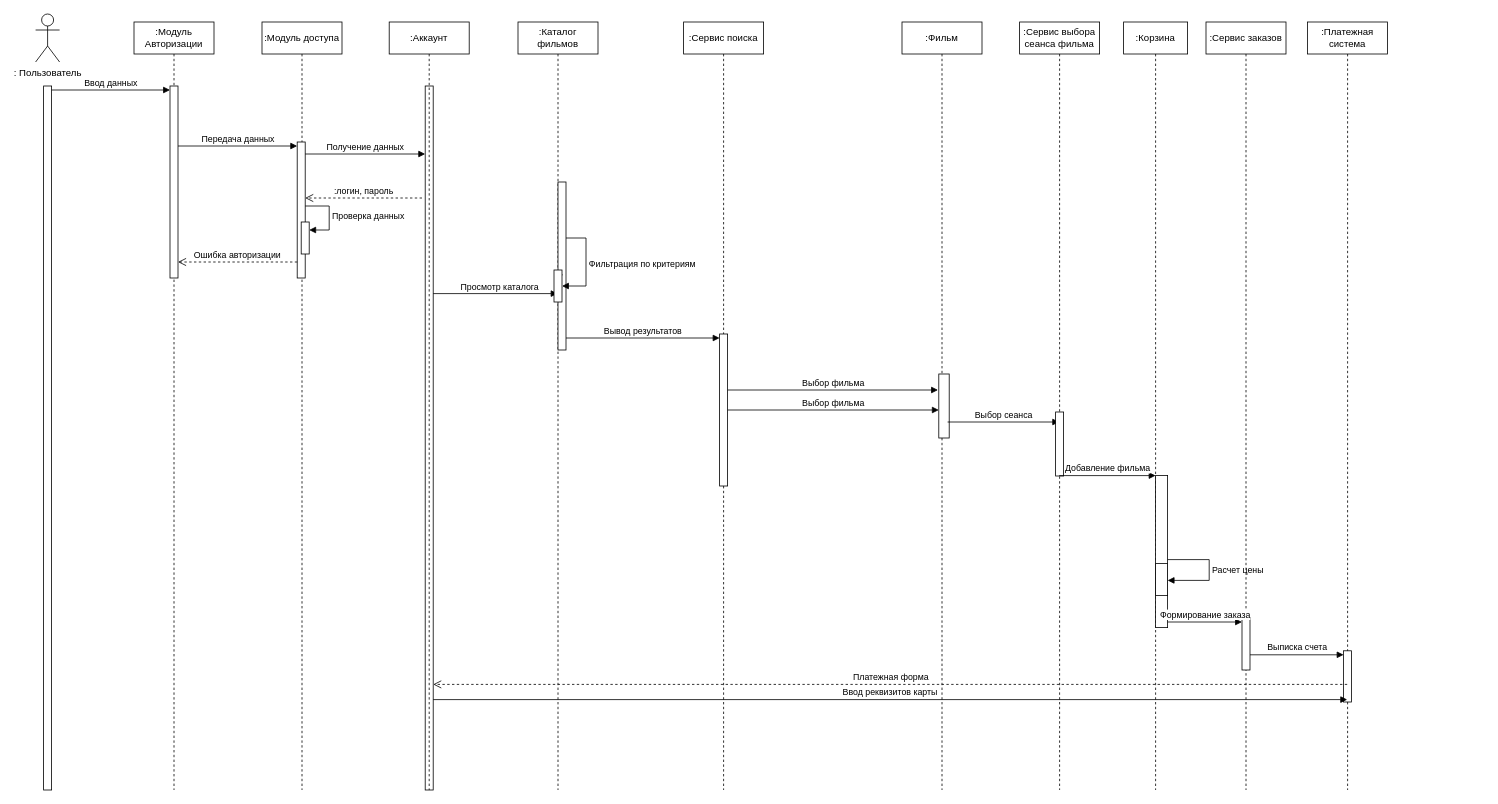
The draw.io diagram UML_взаимодействия.drawio in adchvanova-new/UML, before the edit. Source tidied: cells renumbered, new cells numbered last; positions are measured from the earlier drawing's top-left corner, leaving out a move shared by most shapes. Both pictures are drawn from the tidied source at 80%, with x=0, y=0 at pixel (35, 14).
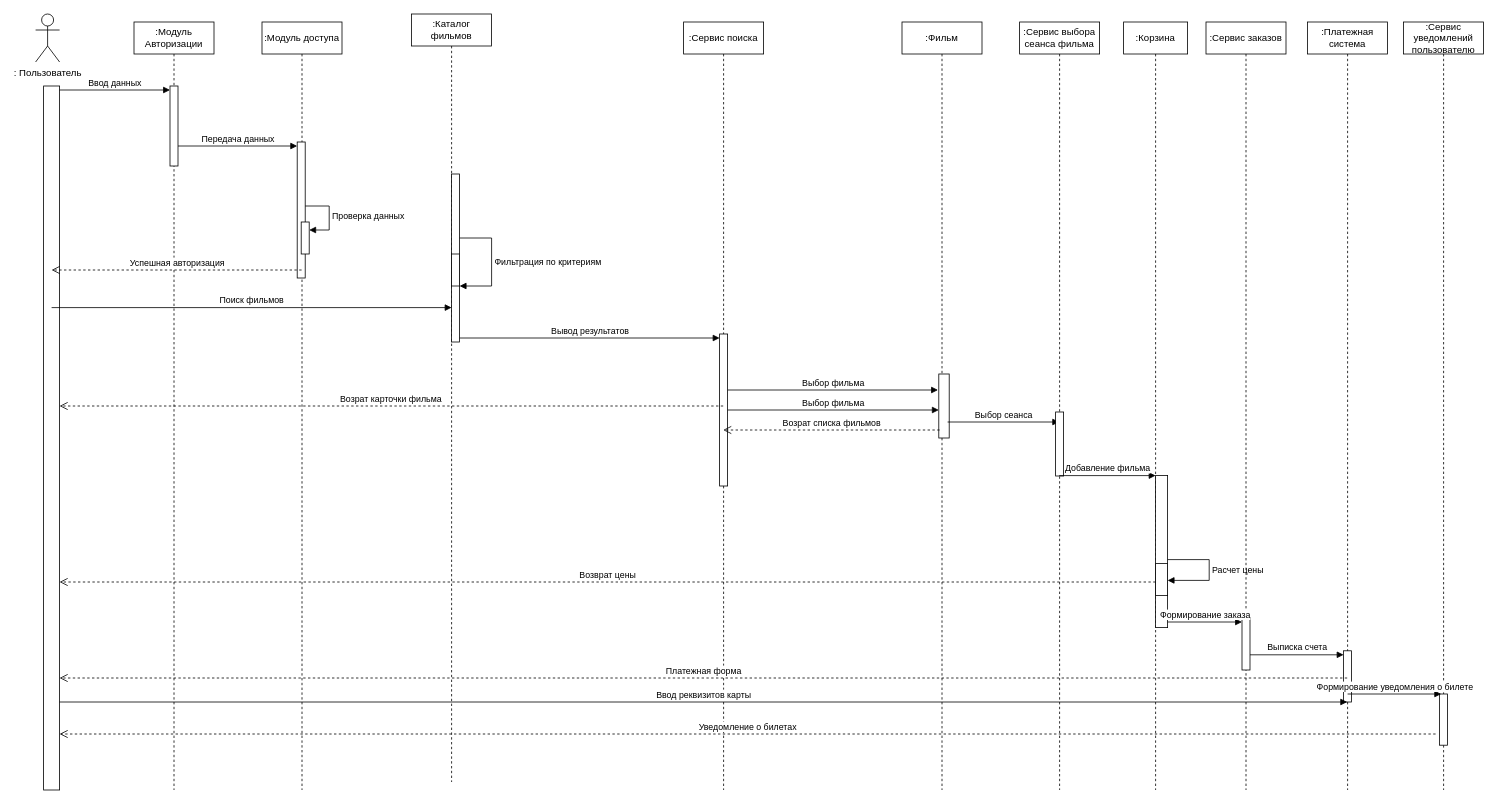
The same diagram, later.

Unchanged cells that the change refers to:
```xml
<mxCell id="7" value=":Модуль Авторизации" style="shape=umlLifeline;perimeter=lifelinePerimeter;whiteSpace=wrap;html=1;newEdgeStyle={&quot;curved&quot;:0,&quot;rounded&quot;:0};" parent="1" vertex="1">
  <mxGeometry x="123" y="10" width="100" height="960" as="geometry" />
</mxCell>
<mxCell id="10" value=":Модуль доступа" style="shape=umlLifeline;perimeter=lifelinePerimeter;whiteSpace=wrap;html=1;outlineConnect=0;portConstraint=eastwest;newEdgeStyle={&quot;curved&quot;:0,&quot;rounded&quot;:0};" parent="1" vertex="1">
  <mxGeometry x="283" y="10" width="100" height="960" as="geometry" />
</mxCell>
<mxCell id="11" style="html=1;points=[[0,0,0,0,5],[0,1,0,0,-5],[1,0,0,0,5],[1,1,0,0,-5]];perimeter=orthogonalPerimeter;outlineConnect=0;targetShapes=umlLifeline;portConstraint=eastwest;newEdgeStyle={&quot;curved&quot;:0,&quot;rounded&quot;:0};" parent="10" vertex="1">
  <mxGeometry x="44" y="150" width="10" height="170" as="geometry" />
</mxCell>
<mxCell id="21" style="html=1;points=[[0,0,0,0,5],[0,1,0,0,-5],[1,0,0,0,5],[1,1,0,0,-5]];perimeter=orthogonalPerimeter;outlineConnect=0;targetShapes=umlLifeline;portConstraint=eastwest;newEdgeStyle={&quot;curved&quot;:0,&quot;rounded&quot;:0};" parent="20" vertex="1">
  <mxGeometry x="50" y="200" width="10" height="210" as="geometry" />
</mxCell>
<mxCell id="22" value=":Сервис поиска" style="shape=umlLifeline;perimeter=lifelinePerimeter;whiteSpace=wrap;html=1;outlineConnect=0;portConstraint=eastwest;newEdgeStyle={&quot;curved&quot;:0,&quot;rounded&quot;:0};" parent="1" vertex="1">
  <mxGeometry x="810" y="10" width="100" height="960" as="geometry" />
</mxCell>
<mxCell id="33" value=":Платежная система" style="shape=umlLifeline;perimeter=lifelinePerimeter;whiteSpace=wrap;html=1;outlineConnect=0;portConstraint=eastwest;newEdgeStyle={&quot;curved&quot;:0,&quot;rounded&quot;:0};" parent="1" vertex="1">
  <mxGeometry x="1590" y="10" width="100" height="960" as="geometry" />
</mxCell>
```

What changed in the source:
```diff
@@
     <mxCell id="6" style="html=1;points=[[0,0,0,0,5],[0,1,0,0,-5],[1,0,0,0,5],[1,1,0,0,-5]];perimeter=orthogonalPerimeter;outlineConnect=0;targetShapes=umlLifeline;portConstraint=eastwest;newEdgeStyle={&quot;curved&quot;:0,&quot;rounded&quot;:0};" parent="1" vertex="1">
-      <mxGeometry x="10" y="90" width="10" height="880" as="geometry" />
+      <mxGeometry x="10" y="90" width="20" height="880" as="geometry" />
     </mxCell>
@@
     <mxCell id="8" style="html=1;points=[[0,0,0,0,5],[0,1,0,0,-5],[1,0,0,0,5],[1,1,0,0,-5]];perimeter=orthogonalPerimeter;outlineConnect=0;targetShapes=umlLifeline;portConstraint=eastwest;newEdgeStyle={&quot;curved&quot;:0,&quot;rounded&quot;:0};" parent="7" vertex="1">
-      <mxGeometry x="45" y="80" width="10" height="240" as="geometry" />
+      <mxGeometry x="45" y="80" width="10" height="100" as="geometry" />
     </mxCell>
@@
-    <mxCell id="15" value="Ошибка авторизации" style="html=1;verticalAlign=bottom;endArrow=open;dashed=1;endSize=8;curved=0;rounded=0;" parent="1" edge="1" source="11">
-      <mxGeometry relative="1" as="geometry">
-        <mxPoint x="178" y="310" as="targetPoint" />
-      </mxGeometry>
-    </mxCell>
@@
-    <mxCell id="17" style="html=1;perimeter=orthogonalPerimeter;targetShapes=umlLifeline;newEdgeStyle={&quot;curved&quot;:0,&quot;rounded&quot;:0};" parent="1" vertex="1">
-      <mxGeometry x="487" y="90" width="10" height="880" as="geometry" />
-    </mxCell>
-    <mxCell id="18" value="Получение данных" style="html=1;verticalAlign=bottom;endArrow=block;curved=0;rounded=0;entryX=0;entryY=0;entryDx=0;entryDy=5;" parent="1" edge="1" source="11">
-      <mxGeometry relative="1" as="geometry">
-        <mxPoint x="487" y="175" as="targetPoint" />
-      </mxGeometry>
-    </mxCell>
-    <mxCell id="19" value=":логин, пароль" style="html=1;verticalAlign=bottom;endArrow=open;dashed=1;endSize=8;curved=0;rounded=0;" parent="1" edge="1" target="11">
-      <mxGeometry relative="1" as="geometry">
-        <mxPoint x="483" y="230" as="sourcePoint" />
-      </mxGeometry>
-    </mxCell>
     <mxCell id="20" value=":Каталог фильмов" style="shape=umlLifeline;perimeter=lifelinePerimeter;whiteSpace=wrap;html=1;outlineConnect=0;portConstraint=eastwest;newEdgeStyle={&quot;curved&quot;:0,&quot;rounded&quot;:0};" parent="1" vertex="1">
-      <mxGeometry x="603" y="10" width="100" height="960" as="geometry" />
+      <mxGeometry x="470" width="100" height="960" as="geometry" />
     </mxCell>
@@
+    <mxCell id="44" style="html=1;points=[[0,0,0,0,5],[0,1,0,0,-5],[1,0,0,0,5],[1,1,0,0,-5]];perimeter=orthogonalPerimeter;outlineConnect=0;targetShapes=umlLifeline;portConstraint=eastwest;newEdgeStyle={&quot;curved&quot;:0,&quot;rounded&quot;:0};" parent="20" vertex="1">
+      <mxGeometry x="50" y="300" width="10" height="40" as="geometry" />
+    </mxCell>
+    <mxCell id="45" value="Фильтрация по критериям" style="html=1;align=left;spacingLeft=2;endArrow=block;rounded=0;edgeStyle=orthogonalEdgeStyle;curved=0;rounded=0;" parent="20" edge="1" source="21" target="44">
+      <mxGeometry relative="1" as="geometry">
+        <Array as="points">
+          <mxPoint x="100" y="280" />
+          <mxPoint x="100" y="340" />
+        </Array>
+      </mxGeometry>
+    </mxCell>
@@
-    <mxCell id="26" value="Просмотр каталога" style="html=1;verticalAlign=bottom;endArrow=block;curved=0;rounded=0;entryX=0;entryY=0;entryDx=0;entryDy=5;exitX=1;exitY=0;exitDx=0;exitDy=5;exitPerimeter=0;" parent="1" edge="1" source="44">
-      <mxGeometry x="1" y="-73" relative="1" as="geometry">
-        <mxPoint x="653" y="349.5" as="targetPoint" />
-        <mxPoint x="-1" y="15" as="offset" />
-      </mxGeometry>
-    </mxCell>
@@
     <mxCell id="36" value="Платежная форма" style="html=1;verticalAlign=bottom;endArrow=open;dashed=1;endSize=8;curved=0;rounded=0;" parent="1" edge="1" source="33">
       <mxGeometry relative="1" as="geometry">
-        <mxPoint x="497" y="838" as="targetPoint" />
+        <mxPoint x="30" y="830" as="targetPoint" />
       </mxGeometry>
     </mxCell>
     <mxCell id="37" value="Ввод реквизитов карты" style="html=1;verticalAlign=bottom;endArrow=block;curved=0;rounded=0;" parent="1" edge="1" target="33">
       <mxGeometry relative="1" as="geometry">
-        <mxPoint x="497" y="857" as="sourcePoint" />
+        <mxPoint x="30" y="860" as="sourcePoint" />
       </mxGeometry>
     </mxCell>
@@
-    <mxCell id="42" value=":Аккаунт" style="shape=umlLifeline;perimeter=lifelinePerimeter;whiteSpace=wrap;html=1;newEdgeStyle={&quot;curved&quot;:0,&quot;rounded&quot;:0};" parent="1" vertex="1">
-      <mxGeometry x="442" y="10" width="100" height="960" as="geometry" />
-    </mxCell>
-    <mxCell id="43" style="html=1;verticalAlign=bottom;endArrow=block;curved=0;rounded=0;exitX=1;exitY=0;exitDx=0;exitDy=5;exitPerimeter=0;" parent="1" edge="1" target="20">
-      <mxGeometry relative="1" as="geometry">
-        <mxPoint x="497" y="349.5" as="sourcePoint" />
-      </mxGeometry>
-    </mxCell>
-    <mxCell id="44" style="html=1;points=[[0,0,0,0,5],[0,1,0,0,-5],[1,0,0,0,5],[1,1,0,0,-5]];perimeter=orthogonalPerimeter;outlineConnect=0;targetShapes=umlLifeline;portConstraint=eastwest;newEdgeStyle={&quot;curved&quot;:0,&quot;rounded&quot;:0};" parent="1" vertex="1">
-      <mxGeometry x="648" y="320" width="10" height="40" as="geometry" />
-    </mxCell>
-    <mxCell id="45" value="Фильтрация по критериям" style="html=1;align=left;spacingLeft=2;endArrow=block;rounded=0;edgeStyle=orthogonalEdgeStyle;curved=0;rounded=0;" parent="1" edge="1" source="21" target="44">
-      <mxGeometry relative="1" as="geometry">
-        <Array as="points">
-          <mxPoint x="688" y="280" />
-          <mxPoint x="688" y="340" />
-        </Array>
-      </mxGeometry>
-    </mxCell>
+    <mxCell id="46" value="Поиск фильмов" style="html=1;verticalAlign=bottom;endArrow=block;curved=0;rounded=0;" parent="1" edge="1">
+      <mxGeometry relative="1" as="geometry">
+        <mxPoint x="20" y="367" as="sourcePoint" />
+        <mxPoint x="520" y="367" as="targetPoint" />
+      </mxGeometry>
+    </mxCell>
+    <mxCell id="47" value="Успешная авторизация" style="html=1;verticalAlign=bottom;endArrow=open;dashed=1;endSize=8;curved=0;rounded=0;" parent="1" edge="1" source="10">
+      <mxGeometry relative="1" as="geometry">
+        <mxPoint x="20" y="320" as="targetPoint" />
+      </mxGeometry>
+    </mxCell>
+    <mxCell id="48" value="Возрат списка фильмов" style="html=1;verticalAlign=bottom;endArrow=open;dashed=1;endSize=8;curved=0;rounded=0;" parent="1" edge="1" target="22">
+      <mxGeometry relative="1" as="geometry">
+        <mxPoint x="1130" y="520" as="sourcePoint" />
+      </mxGeometry>
+    </mxCell>
+    <mxCell id="49" value="Возрат карточки фильма" style="html=1;verticalAlign=bottom;endArrow=open;dashed=1;endSize=8;curved=0;rounded=0;" parent="1" edge="1" source="22" target="6">
+      <mxGeometry relative="1" as="geometry" />
+    </mxCell>
+    <mxCell id="50" value=":Сервис уведомлений пользователю" style="shape=umlLifeline;perimeter=lifelinePerimeter;whiteSpace=wrap;html=1;newEdgeStyle={&quot;curved&quot;:0,&quot;rounded&quot;:0};" parent="1" vertex="1">
+      <mxGeometry x="1710" y="10" width="100" height="960" as="geometry" />
+    </mxCell>
+    <mxCell id="51" style="html=1;perimeter=orthogonalPerimeter;targetShapes=umlLifeline;newEdgeStyle={&quot;curved&quot;:0,&quot;rounded&quot;:0};" parent="50" vertex="1">
+      <mxGeometry x="45" y="840" width="10" height="64" as="geometry" />
+    </mxCell>
+    <mxCell id="52" value="Уведомление о билетах" style="html=1;verticalAlign=bottom;endArrow=open;dashed=1;endSize=8;curved=0;rounded=0;" parent="1" edge="1" target="6">
+      <mxGeometry relative="1" as="geometry">
+        <mxPoint x="1750" y="900" as="sourcePoint" />
+      </mxGeometry>
+    </mxCell>
+    <mxCell id="53" value="Формирование уведомления о билете" style="html=1;verticalAlign=bottom;endArrow=block;curved=0;rounded=0;entryX=0;entryY=0;entryDx=0;entryDy=5;" parent="1" edge="1">
+      <mxGeometry relative="1" as="geometry">
+        <mxPoint x="1640" y="850" as="sourcePoint" />
+        <mxPoint x="1757" y="850" as="targetPoint" />
+      </mxGeometry>
+    </mxCell>
+    <mxCell id="54" value="Возврат цены" style="html=1;verticalAlign=bottom;endArrow=open;dashed=1;endSize=8;curved=0;rounded=0;" parent="1" edge="1" target="6">
+      <mxGeometry relative="1" as="geometry">
+        <mxPoint x="1400" y="710" as="sourcePoint" />
+      </mxGeometry>
+    </mxCell>
```
